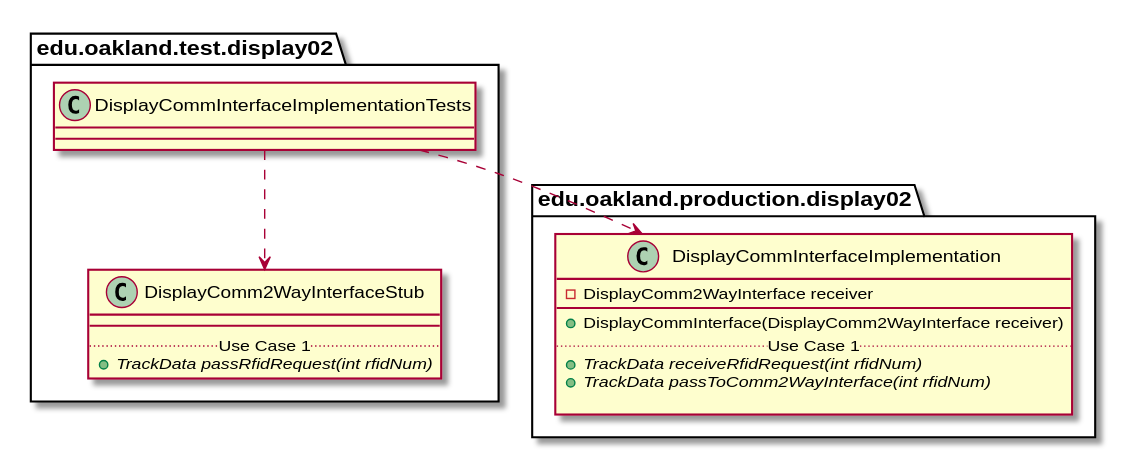
andrewdimmer/csi-3370-software-project keeps this PlantUML diagram as docs/uml-class-diagrams/display02/test/DisplayCommInterfaceImplementationTests/DisplayCommInterfaceImplementationTests_DirectDependencies.svg. Above is the earlier version.
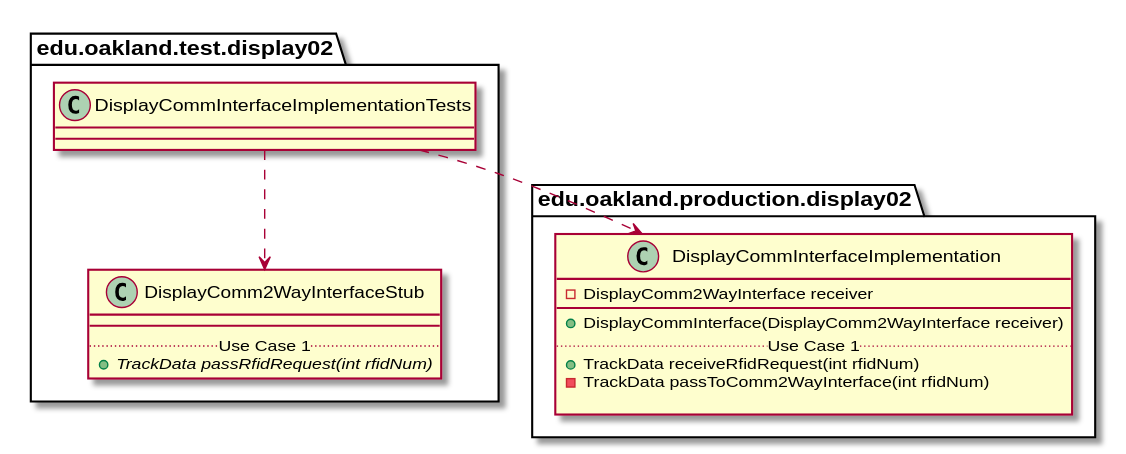
Above is the later version.

What changed in the source:
```diff
@@ -26,8 +26,8 @@
         __
         + DisplayCommInterface(DisplayComm2WayInterface receiver)
         .. Use Case 1 ..
-        {abstract} + TrackData receiveRfidRequest(int rfidNum)
-        {abstract} + TrackData passToComm2WayInterface(int rfidNum)
+        + TrackData receiveRfidRequest(int rfidNum)
+        - TrackData passToComm2WayInterface(int rfidNum)
 
     }
 }
```
